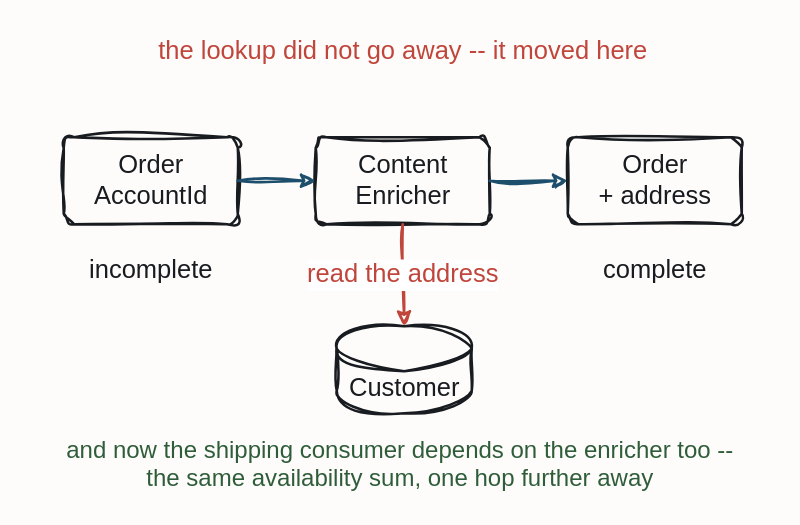
Above: resources/eip-content-enricher.drawio in iancooper/practical-messaging (draw.io), before the change. Source tidied: cells renumbered, new cells numbered last; positions are measured from the earlier drawing's top-left corner, leaving out a move shared by most shapes. Both pictures are drawn from the tidied source at 150%, with x=0, y=0 at pixel (60, 26).
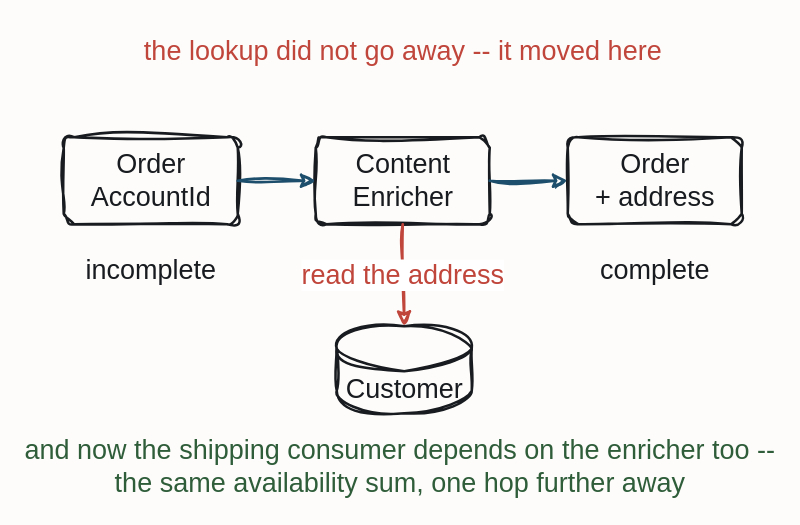
The same diagram, later.

What changed in the source:
```diff
@@
 <mxGraphModel background="#FDFCFA">
   <root>
     <mxCell id="0" />
     <mxCell id="1" parent="0" />
-    <mxCell id="2" value="Order&#10;AccountId" style="sketch=1;hachureGap=4;jiggle=2;curveFitting=1;fontFamily=Caveat;html=1;rounded=1;arcSize=12;strokeColor=#181B1F;strokeWidth=1.7;fillColor=none;fontColor=#181B1F;fontSize=17;" parent="1" vertex="1">
+    <mxCell id="2" value="Order&#10;AccountId" style="sketch=1;hachureGap=4;jiggle=2;curveFitting=1;fontFamily=Caveat;html=1;rounded=1;arcSize=12;strokeColor=#181B1F;strokeWidth=1.7;fillColor=none;fontColor=#181B1F;fontSize=18;" parent="1" vertex="1">
       <mxGeometry x="2" y="74" width="116" height="58" as="geometry" />
     </mxCell>
-    <mxCell id="3" value="Content&#10;Enricher" style="sketch=1;hachureGap=4;jiggle=2;curveFitting=1;fontFamily=Caveat;html=1;rounded=1;arcSize=12;strokeColor=#181B1F;strokeWidth=1.7;fillColor=none;fontColor=#181B1F;fontSize=17;" parent="1" vertex="1">
+    <mxCell id="3" value="Content&#10;Enricher" style="sketch=1;hachureGap=4;jiggle=2;curveFitting=1;fontFamily=Caveat;html=1;rounded=1;arcSize=12;strokeColor=#181B1F;strokeWidth=1.7;fillColor=none;fontColor=#181B1F;fontSize=18;" parent="1" vertex="1">
       <mxGeometry x="170" y="74" width="116" height="58" as="geometry" />
     </mxCell>
-    <mxCell id="4" value="Order&#10;+ address" style="sketch=1;hachureGap=4;jiggle=2;curveFitting=1;fontFamily=Caveat;html=1;rounded=1;arcSize=12;strokeColor=#181B1F;strokeWidth=1.7;fillColor=none;fontColor=#181B1F;fontSize=17;" parent="1" vertex="1">
+    <mxCell id="4" value="Order&#10;+ address" style="sketch=1;hachureGap=4;jiggle=2;curveFitting=1;fontFamily=Caveat;html=1;rounded=1;arcSize=12;strokeColor=#181B1F;strokeWidth=1.7;fillColor=none;fontColor=#181B1F;fontSize=18;" parent="1" vertex="1">
       <mxGeometry x="338" y="74" width="116" height="58" as="geometry" />
     </mxCell>
-    <mxCell id="5" value="Customer" style="sketch=1;hachureGap=4;jiggle=2;curveFitting=1;fontFamily=Caveat;html=1;shape=cylinder3;boundedLbl=1;backgroundOutline=1;strokeColor=#181B1F;strokeWidth=1.7;fillColor=none;fontColor=#181B1F;fontSize=17;" parent="1" vertex="1">
+    <mxCell id="5" value="Customer" style="sketch=1;hachureGap=4;jiggle=2;curveFitting=1;fontFamily=Caveat;html=1;shape=cylinder3;boundedLbl=1;backgroundOutline=1;strokeColor=#181B1F;strokeWidth=1.7;fillColor=none;fontColor=#181B1F;fontSize=18;" parent="1" vertex="1">
       <mxGeometry x="184" y="200" width="90" height="58" as="geometry" />
     </mxCell>
-    <mxCell id="6" value="the lookup did not go away -- it moved here" style="text;html=1;align=center;fontFamily=Caveat;fontSize=17;fontColor=#C0453B;" parent="1" vertex="1">
+    <mxCell id="6" value="the lookup did not go away -- it moved here" style="text;html=1;align=center;fontFamily=Caveat;fontSize=18;fontColor=#C0453B;" parent="1" vertex="1">
       <mxGeometry x="168" width="120" height="20" as="geometry" />
     </mxCell>
-    <mxCell id="7" value="incomplete" style="text;html=1;align=center;fontFamily=Caveat;fontSize=17;fontColor=#181B1F;" parent="1" vertex="1">
+    <mxCell id="7" value="incomplete" style="text;html=1;align=center;fontFamily=Caveat;fontSize=18;fontColor=#181B1F;" parent="1" vertex="1">
       <mxGeometry y="146" width="120" height="20" as="geometry" />
     </mxCell>
-    <mxCell id="8" value="complete" style="text;html=1;align=center;fontFamily=Caveat;fontSize=17;fontColor=#181B1F;" parent="1" vertex="1">
+    <mxCell id="8" value="complete" style="text;html=1;align=center;fontFamily=Caveat;fontSize=18;fontColor=#181B1F;" parent="1" vertex="1">
       <mxGeometry x="336" y="146" width="120" height="20" as="geometry" />
     </mxCell>
-    <mxCell id="9" value="and now the shipping consumer depends on the enricher too --&#10;the same availability sum, one hop further away" style="text;html=1;align=center;fontFamily=Caveat;fontSize=16;fontColor=#2F5D3A;" parent="1" vertex="1">
+    <mxCell id="9" value="and now the shipping consumer depends on the enricher too --&#10;the same availability sum, one hop further away" style="text;html=1;align=center;fontFamily=Caveat;fontSize=18;fontColor=#2F5D3A;" parent="1" vertex="1">
       <mxGeometry x="166" y="266" width="120" height="20" as="geometry" />
     </mxCell>
-    <mxCell id="10" style="sketch=1;jiggle=2;curveFitting=1;edgeStyle=none;rounded=0;strokeColor=#1D4E6B;strokeWidth=1.8;fontFamily=Caveat;fontSize=17;fontColor=#1D4E6B;html=1;exitX=1.0;exitY=0.5;exitDx=0;exitDy=0;entryX=0.0;entryY=0.5;entryDx=0;entryDy=0;" parent="1" edge="1" source="2" target="3">
+    <mxCell id="10" style="sketch=1;jiggle=2;curveFitting=1;edgeStyle=none;rounded=0;strokeColor=#1D4E6B;strokeWidth=1.8;fontFamily=Caveat;fontSize=18;fontColor=#1D4E6B;html=1;exitX=1.0;exitY=0.5;exitDx=0;exitDy=0;entryX=0.0;entryY=0.5;entryDx=0;entryDy=0;" parent="1" edge="1" source="2" target="3">
       <mxGeometry relative="1" as="geometry" />
     </mxCell>
-    <mxCell id="11" style="sketch=1;jiggle=2;curveFitting=1;edgeStyle=none;rounded=0;strokeColor=#1D4E6B;strokeWidth=1.8;fontFamily=Caveat;fontSize=17;fontColor=#1D4E6B;html=1;exitX=1.0;exitY=0.5;exitDx=0;exitDy=0;entryX=0.0;entryY=0.5;entryDx=0;entryDy=0;" parent="1" edge="1" source="3" target="4">
+    <mxCell id="11" style="sketch=1;jiggle=2;curveFitting=1;edgeStyle=none;rounded=0;strokeColor=#1D4E6B;strokeWidth=1.8;fontFamily=Caveat;fontSize=18;fontColor=#1D4E6B;html=1;exitX=1.0;exitY=0.5;exitDx=0;exitDy=0;entryX=0.0;entryY=0.5;entryDx=0;entryDy=0;" parent="1" edge="1" source="3" target="4">
       <mxGeometry relative="1" as="geometry" />
     </mxCell>
-    <mxCell id="12" value="read the address" style="sketch=1;jiggle=2;curveFitting=1;edgeStyle=none;rounded=0;strokeColor=#C0453B;strokeWidth=1.8;fontFamily=Caveat;fontSize=17;fontColor=#C0453B;html=1;exitX=0.5;exitY=1.0;exitDx=0;exitDy=0;entryX=0.5;entryY=0.0;entryDx=0;entryDy=0;" parent="1" edge="1" source="3" target="5">
+    <mxCell id="12" value="read the address" style="sketch=1;jiggle=2;curveFitting=1;edgeStyle=none;rounded=0;strokeColor=#C0453B;strokeWidth=1.8;fontFamily=Caveat;fontSize=18;fontColor=#C0453B;html=1;exitX=0.5;exitY=1.0;exitDx=0;exitDy=0;entryX=0.5;entryY=0.0;entryDx=0;entryDy=0;" parent="1" edge="1" source="3" target="5">
       <mxGeometry relative="1" as="geometry" />
     </mxCell>
   </root>
 </mxGraphModel>
```
